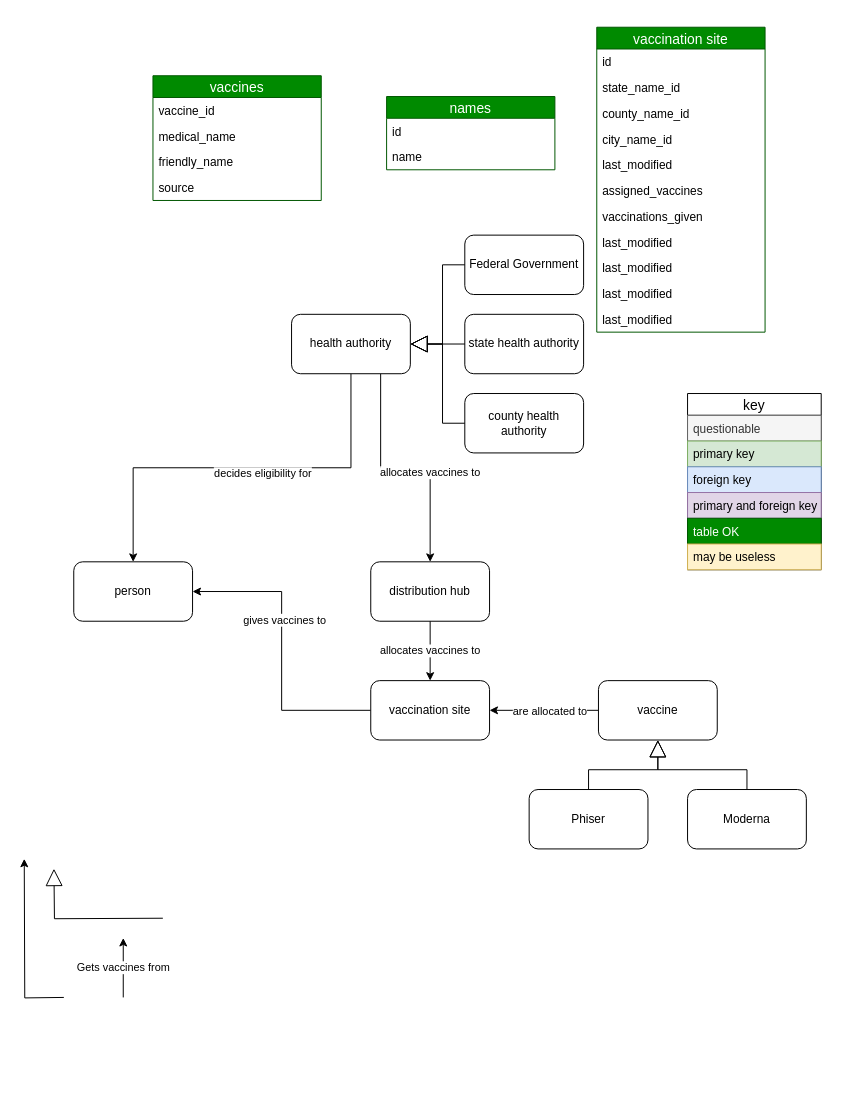
Above: Domain Model.drawio in VacFind/Documentation (draw.io), before the change. Source tidied: cells renumbered, new cells numbered last; positions are measured from the earlier drawing's top-left corner, leaving out a move shared by most shapes. Both pictures are drawn from the tidied source at 99%, with x=0, y=0 at pixel (24, 27).
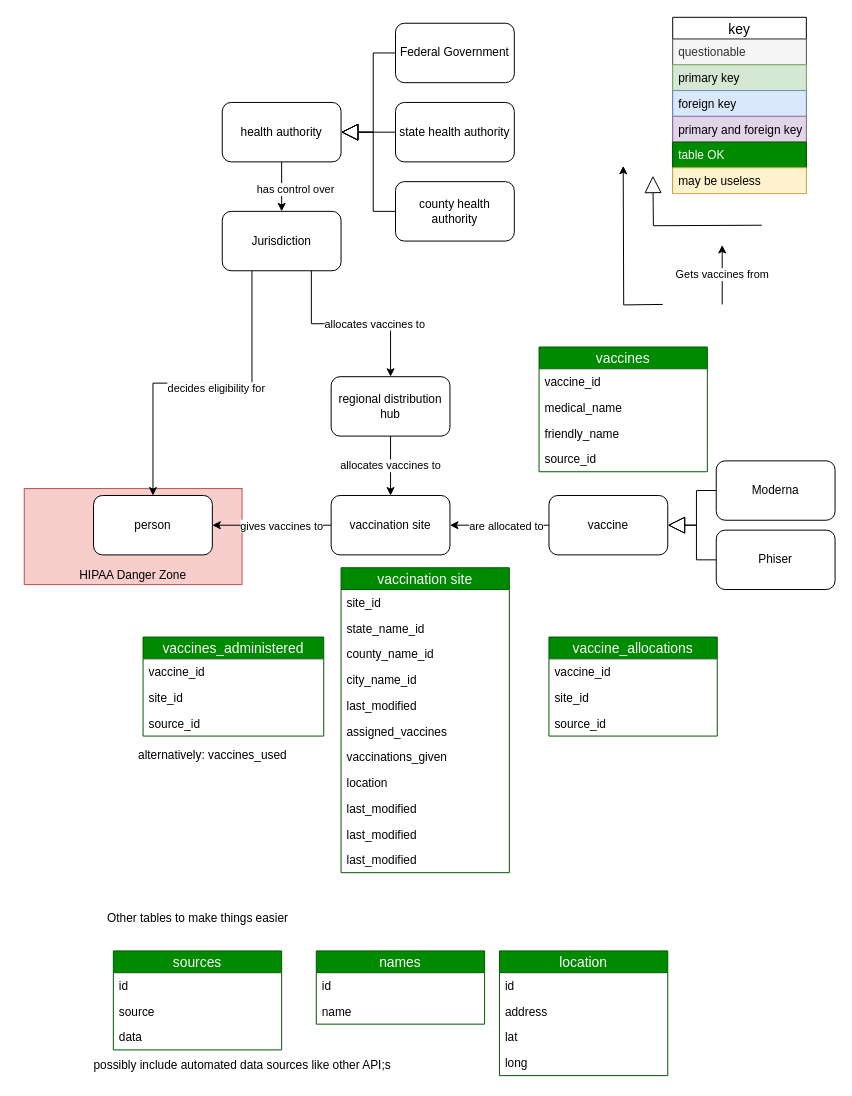
The same page after the edit.

Commit message:
improve relationships and add most of the necessary DB tables

Unchanged cells that the change refers to:
```xml
<mxCell id="3" style="edgeStyle=orthogonalEdgeStyle;rounded=0;jettySize=auto;html=1;exitX=0;exitY=0.5;exitDx=0;exitDy=0;entryX=1;entryY=0.5;entryDx=0;entryDy=0;endArrow=classic;endFill=1;endSize=6;" parent="1" edge="1" source="5" target="19">
  <mxGeometry relative="1" as="geometry" />
</mxCell>
```

Change to the diagram source:
```diff
@@
+    <mxCell id="55" value="HIPAA Danger Zone" style="rounded=0;whiteSpace=wrap;html=1;fillColor=#f8cecc;strokeColor=#b85450;verticalAlign=bottom;" parent="1" vertex="1">
+      <mxGeometry y="466" width="220" height="97" as="geometry" />
+    </mxCell>
     <mxCell id="2" style="edgeStyle=orthogonalEdgeStyle;rounded=0;orthogonalLoop=1;jettySize=auto;html=1;endArrow=classic;endFill=1;endSize=6;" parent="1" edge="1">
       <mxGeometry relative="1" as="geometry">
-        <mxPoint x="40" y="980" as="sourcePoint" />
-        <mxPoint y="840" as="targetPoint" />
+        <mxPoint x="645" y="280" as="sourcePoint" />
+        <mxPoint x="605" y="140" as="targetPoint" />
       </mxGeometry>
     </mxCell>
@@
     <mxCell id="4" value="gives vaccines to" style="edgeLabel;html=1;align=center;verticalAlign=middle;" parent="3" vertex="1">
-      <mxGeometry x="0.21" y="-2" relative="1" as="geometry" />
+      <mxGeometry x="0.21" y="-2" relative="1" as="geometry">
+        <mxPoint x="22" y="2" as="offset" />
+      </mxGeometry>
     </mxCell>
     <mxCell id="5" value="vaccination site" style="rounded=1;whiteSpace=wrap;html=1;" parent="1" vertex="1">
-      <mxGeometry x="350" y="660" width="120" height="60" as="geometry" />
+      <mxGeometry x="310" y="473" width="120" height="60" as="geometry" />
     </mxCell>
@@
     <mxCell id="8" value="vaccine" style="rounded=1;whiteSpace=wrap;html=1;" parent="1" vertex="1">
-      <mxGeometry x="580" y="660" width="120" height="60" as="geometry" />
+      <mxGeometry x="530" y="473" width="120" height="60" as="geometry" />
     </mxCell>
-    <mxCell id="9" style="edgeStyle=orthogonalEdgeStyle;rounded=0;jettySize=auto;html=1;exitX=0.5;exitY=0;exitDx=0;exitDy=0;entryX=0.5;entryY=1;entryDx=0;entryDy=0;endArrow=block;endFill=0;endSize=15;" parent="1" edge="1" source="10" target="8">
+    <mxCell id="9" style="edgeStyle=orthogonalEdgeStyle;rounded=0;jettySize=auto;html=1;exitX=0;exitY=0.5;exitDx=0;exitDy=0;entryX=1;entryY=0.5;entryDx=0;entryDy=0;endArrow=block;endFill=0;endSize=15;" parent="1" edge="1" source="10" target="8">
       <mxGeometry relative="1" as="geometry" />
     </mxCell>
     <mxCell id="10" value="Phiser" style="rounded=1;whiteSpace=wrap;html=1;" parent="1" vertex="1">
-      <mxGeometry x="510" y="770" width="120" height="60" as="geometry" />
+      <mxGeometry x="699" y="508" width="120" height="60" as="geometry" />
     </mxCell>
-    <mxCell id="11" style="edgeStyle=orthogonalEdgeStyle;rounded=0;jettySize=auto;html=1;exitX=0.5;exitY=0;exitDx=0;exitDy=0;entryX=0.5;entryY=1;entryDx=0;entryDy=0;endArrow=block;endFill=0;endSize=15;" parent="1" edge="1" source="12" target="8">
+    <mxCell id="11" style="edgeStyle=orthogonalEdgeStyle;rounded=0;jettySize=auto;html=1;exitX=0;exitY=0.5;exitDx=0;exitDy=0;entryX=1;entryY=0.5;entryDx=0;entryDy=0;endArrow=block;endFill=0;endSize=15;" parent="1" edge="1" source="12" target="8">
       <mxGeometry relative="1" as="geometry" />
     </mxCell>
     <mxCell id="12" value="Moderna" style="rounded=1;whiteSpace=wrap;html=1;" parent="1" vertex="1">
-      <mxGeometry x="670" y="770" width="120" height="60" as="geometry" />
+      <mxGeometry x="699" y="438" width="120" height="60" as="geometry" />
     </mxCell>
     <mxCell id="13" style="edgeStyle=orthogonalEdgeStyle;rounded=0;orthogonalLoop=1;jettySize=auto;html=1;exitX=0.5;exitY=0;exitDx=0;exitDy=0;entryX=0.5;entryY=1;entryDx=0;entryDy=0;endArrow=block;endFill=0;endSize=15;" parent="1" edge="1">
       <mxGeometry relative="1" as="geometry">
-        <mxPoint x="140" y="900" as="sourcePoint" />
-        <mxPoint x="30" y="850" as="targetPoint" />
+        <mxPoint x="745" y="200" as="sourcePoint" />
+        <mxPoint x="635" y="150" as="targetPoint" />
       </mxGeometry>
     </mxCell>
     <mxCell id="14" value="state health authority" style="rounded=1;whiteSpace=wrap;html=1;" parent="1" vertex="1">
-      <mxGeometry x="445" y="290" width="120" height="60" as="geometry" />
+      <mxGeometry x="375" y="76" width="120" height="60" as="geometry" />
     </mxCell>
     <mxCell id="15" value="county health authority" style="rounded=1;whiteSpace=wrap;html=1;" parent="1" vertex="1">
-      <mxGeometry x="445" y="370" width="120" height="60" as="geometry" />
+      <mxGeometry x="375" y="156" width="120" height="60" as="geometry" />
     </mxCell>
     <mxCell id="16" value="Federal Government" style="rounded=1;whiteSpace=wrap;html=1;" parent="1" vertex="1">
-      <mxGeometry x="445" y="210" width="120" height="60" as="geometry" />
+      <mxGeometry x="375" y="-4" width="120" height="60" as="geometry" />
     </mxCell>
-    <mxCell id="17" value="distribution hub" style="rounded=1;whiteSpace=wrap;html=1;" parent="1" vertex="1">
-      <mxGeometry x="350" y="540" width="120" height="60" as="geometry" />
+    <mxCell id="17" value="regional distribution hub" style="rounded=1;whiteSpace=wrap;html=1;" parent="1" vertex="1">
+      <mxGeometry x="310" y="353" width="120" height="60" as="geometry" />
     </mxCell>
-    <mxCell id="18" value="allocates vaccines to" style="edgeStyle=orthogonalEdgeStyle;rounded=0;jettySize=auto;html=1;exitX=0.75;exitY=1;exitDx=0;exitDy=0;entryX=0.5;entryY=0;entryDx=0;entryDy=0;endArrow=classic;endFill=1;endSize=6;" parent="1" edge="1" source="22" target="17">
+    <mxCell id="18" value="allocates vaccines to" style="edgeStyle=orthogonalEdgeStyle;rounded=0;jettySize=auto;html=1;entryX=0.5;entryY=0;entryDx=0;entryDy=0;endArrow=classic;endFill=1;endSize=6;exitX=0.75;exitY=1;exitDx=0;exitDy=0;" parent="1" edge="1" source="58" target="17">
       <mxGeometry x="0.25" relative="1" as="geometry" />
     </mxCell>
     <mxCell id="19" value="person" style="rounded=1;whiteSpace=wrap;html=1;" parent="1" vertex="1">
-      <mxGeometry x="50" y="540" width="120" height="60" as="geometry" />
+      <mxGeometry x="70" y="473" width="120" height="60" as="geometry" />
     </mxCell>
-    <mxCell id="20" style="edgeStyle=orthogonalEdgeStyle;rounded=0;jettySize=auto;html=1;exitX=0.5;exitY=1;exitDx=0;exitDy=0;entryX=0.5;entryY=0;entryDx=0;entryDy=0;endArrow=classic;endFill=1;endSize=6;" parent="1" edge="1" source="22" target="19">
+    <mxCell id="20" style="edgeStyle=orthogonalEdgeStyle;rounded=0;jettySize=auto;html=1;entryX=0.5;entryY=0;entryDx=0;entryDy=0;endArrow=classic;endFill=1;endSize=6;exitX=0.25;exitY=1;exitDx=0;exitDy=0;" parent="1" edge="1" source="58" target="19">
       <mxGeometry relative="1" as="geometry" />
     </mxCell>
@@
+    <mxCell id="56" style="edgeStyle=orthogonalEdgeStyle;rounded=0;jettySize=auto;html=1;exitX=0.5;exitY=1;exitDx=0;exitDy=0;entryX=0.5;entryY=0;entryDx=0;entryDy=0;" parent="1" edge="1" source="22" target="58">
+      <mxGeometry relative="1" as="geometry" />
+    </mxCell>
+    <mxCell id="57" value="has control over" style="edgeLabel;html=1;align=center;verticalAlign=middle;" parent="56" vertex="1">
+      <mxGeometry x="0.19" y="-2" relative="1" as="geometry">
+        <mxPoint x="15.3" y="-3" as="offset" />
+      </mxGeometry>
+    </mxCell>
     <mxCell id="22" value="health authority" style="rounded=1;whiteSpace=wrap;html=1;" parent="1" vertex="1">
-      <mxGeometry x="270" y="290" width="120" height="60" as="geometry" />
+      <mxGeometry x="200" y="76" width="120" height="60" as="geometry" />
     </mxCell>
@@
     <mxCell id="26" value="Gets vaccines from" style="edgeStyle=orthogonalEdgeStyle;rounded=0;orthogonalLoop=1;jettySize=auto;html=1;exitX=0.5;exitY=0;exitDx=0;exitDy=0;entryX=0.5;entryY=1;entryDx=0;entryDy=0;endArrow=classic;endFill=1;endSize=6;" parent="1" edge="1">
       <mxGeometry relative="1" as="geometry">
-        <mxPoint x="100" y="980" as="sourcePoint" />
-        <mxPoint x="100" y="920" as="targetPoint" />
+        <mxPoint x="705" y="280" as="sourcePoint" />
+        <mxPoint x="705" y="220" as="targetPoint" />
       </mxGeometry>
     </mxCell>
@@
-    <mxCell id="28" value="vaccines" style="swimlane;fontStyle=0;horizontal=1;startSize=22;fillColor=#008a00;swimlaneFillColor=#ffffff;align=center;fontSize=14;strokeColor=#005700;fontColor=#ffffff;" parent="1" vertex="1">
-      <mxGeometry x="130" y="49" width="170" height="126" as="geometry" />
-    </mxCell>
-    <mxCell id="29" value="vaccine_id" style="text;spacingLeft=4;spacingRight=4;overflow=hidden;fontSize=12;" parent="28" vertex="1">
-      <mxGeometry y="22" width="170" height="26" as="geometry" />
-    </mxCell>
-    <mxCell id="30" value="medical_name" style="text;spacingLeft=4;spacingRight=4;overflow=hidden;fontSize=12;" parent="28" vertex="1">
-      <mxGeometry y="48" width="170" height="26" as="geometry" />
-    </mxCell>
-    <mxCell id="31" value="friendly_name" style="text;strokeColor=none;fillColor=none;spacingLeft=4;spacingRight=4;overflow=hidden;fontSize=12;" parent="28" vertex="1">
-      <mxGeometry y="74" width="170" height="26" as="geometry" />
-    </mxCell>
-    <mxCell id="32" value="source" style="text;strokeColor=none;fillColor=none;spacingLeft=4;spacingRight=4;overflow=hidden;fontSize=12;" parent="28" vertex="1">
-      <mxGeometry y="100" width="170" height="26" as="geometry" />
-    </mxCell>
-    <mxCell id="33" value="names" style="swimlane;fontStyle=0;horizontal=1;startSize=22;fillColor=#008a00;swimlaneFillColor=#ffffff;align=center;fontSize=14;strokeColor=#005700;fontColor=#ffffff;" parent="1" vertex="1">
-      <mxGeometry x="366" y="70" width="170" height="74" as="geometry" />
-    </mxCell>
-    <mxCell id="34" value="id" style="text;spacingLeft=4;spacingRight=4;overflow=hidden;fontSize=12;" parent="33" vertex="1">
-      <mxGeometry y="22" width="170" height="26" as="geometry" />
-    </mxCell>
-    <mxCell id="35" value="name" style="text;strokeColor=none;fillColor=none;spacingLeft=4;spacingRight=4;overflow=hidden;fontSize=12;" parent="33" vertex="1">
-      <mxGeometry y="48" width="170" height="26" as="geometry" />
-    </mxCell>
+    <mxCell id="58" value="Jurisdiction" style="rounded=1;whiteSpace=wrap;html=1;" parent="1" vertex="1">
+      <mxGeometry x="200" y="186" width="120" height="60" as="geometry" />
+    </mxCell>
+    <mxCell id="59" value="alternatively: vaccines_used" style="text;html=1;align=center;verticalAlign=middle;" parent="1" vertex="1">
+      <mxGeometry x="110" y="726" width="160" height="20" as="geometry" />
+    </mxCell>
+    <mxCell id="60" value="Other tables to make things easier" style="text;html=1;align=center;verticalAlign=middle;" parent="1" vertex="1">
+      <mxGeometry x="75" y="890" width="200" height="20" as="geometry" />
+    </mxCell>
+    <mxCell id="61" value="possibly include automated data sources like other API;s" style="text;html=1;align=center;verticalAlign=middle;" parent="1" vertex="1">
+      <mxGeometry x="60" y="1039" width="320" height="20" as="geometry" />
+    </mxCell>
     <mxCell id="36" value="vaccination site" style="swimlane;fontStyle=0;horizontal=1;startSize=22;fillColor=#008a00;swimlaneFillColor=#ffffff;align=center;fontSize=14;strokeColor=#005700;fontColor=#ffffff;" parent="1" vertex="1">
-      <mxGeometry x="578.3" width="170" height="308" as="geometry" />
+      <mxGeometry x="320" y="546" width="170" height="308" as="geometry" />
     </mxCell>
-    <mxCell id="37" value="id" style="text;spacingLeft=4;spacingRight=4;overflow=hidden;fontSize=12;" parent="36" vertex="1">
+    <mxCell id="37" value="site_id" style="text;spacingLeft=4;spacingRight=4;overflow=hidden;fontSize=12;" parent="36" vertex="1">
       <mxGeometry y="22" width="170" height="26" as="geometry" />
     </mxCell>
@@
-    <mxCell id="44" value="last_modified" style="text;strokeColor=none;fillColor=none;spacingLeft=4;spacingRight=4;overflow=hidden;fontSize=12;" parent="36" vertex="1">
+    <mxCell id="44" value="location" style="text;strokeColor=none;fillColor=none;spacingLeft=4;spacingRight=4;overflow=hidden;fontSize=12;" parent="36" vertex="1">
       <mxGeometry y="204" width="170" height="26" as="geometry" />
     </mxCell>
@@
+    <mxCell id="62" value="vaccines_administered" style="swimlane;fontStyle=0;horizontal=1;startSize=22;fillColor=#008a00;swimlaneFillColor=#ffffff;align=center;fontSize=14;strokeColor=#005700;fontColor=#ffffff;" parent="1" vertex="1">
+      <mxGeometry x="120" y="616" width="182.5" height="100" as="geometry" />
+    </mxCell>
+    <mxCell id="63" value="vaccine_id" style="text;spacingLeft=4;spacingRight=4;overflow=hidden;fontSize=12;" parent="62" vertex="1">
+      <mxGeometry y="22" width="182.5" height="26" as="geometry" />
+    </mxCell>
+    <mxCell id="64" value="site_id" style="text;spacingLeft=4;spacingRight=4;overflow=hidden;fontSize=12;" parent="62" vertex="1">
+      <mxGeometry y="48" width="182.5" height="26" as="geometry" />
+    </mxCell>
+    <mxCell id="65" value="source_id" style="text;strokeColor=none;fillColor=none;spacingLeft=4;spacingRight=4;overflow=hidden;fontSize=12;" parent="62" vertex="1">
+      <mxGeometry y="74" width="182.5" height="26" as="geometry" />
+    </mxCell>
+    <mxCell id="66" value="vaccine_allocations" style="swimlane;fontStyle=0;horizontal=1;startSize=22;fillColor=#008a00;swimlaneFillColor=#ffffff;align=center;fontSize=14;strokeColor=#005700;fontColor=#ffffff;" parent="1" vertex="1">
+      <mxGeometry x="530" y="616" width="170" height="100" as="geometry" />
+    </mxCell>
+    <mxCell id="67" value="vaccine_id" style="text;spacingLeft=4;spacingRight=4;overflow=hidden;fontSize=12;" parent="66" vertex="1">
+      <mxGeometry y="22" width="170" height="26" as="geometry" />
+    </mxCell>
+    <mxCell id="68" value="site_id" style="text;spacingLeft=4;spacingRight=4;overflow=hidden;fontSize=12;" parent="66" vertex="1">
+      <mxGeometry y="48" width="170" height="26" as="geometry" />
+    </mxCell>
+    <mxCell id="69" value="source_id" style="text;strokeColor=none;fillColor=none;spacingLeft=4;spacingRight=4;overflow=hidden;fontSize=12;" parent="66" vertex="1">
+      <mxGeometry y="74" width="170" height="26" as="geometry" />
+    </mxCell>
+    <mxCell id="28" value="vaccines" style="swimlane;fontStyle=0;horizontal=1;startSize=22;fillColor=#008a00;swimlaneFillColor=#ffffff;align=center;fontSize=14;strokeColor=#005700;fontColor=#ffffff;" parent="1" vertex="1">
+      <mxGeometry x="520" y="323" width="170" height="126" as="geometry" />
+    </mxCell>
+    <mxCell id="29" value="vaccine_id" style="text;spacingLeft=4;spacingRight=4;overflow=hidden;fontSize=12;" parent="28" vertex="1">
+      <mxGeometry y="22" width="170" height="26" as="geometry" />
+    </mxCell>
+    <mxCell id="30" value="medical_name" style="text;spacingLeft=4;spacingRight=4;overflow=hidden;fontSize=12;" parent="28" vertex="1">
+      <mxGeometry y="48" width="170" height="26" as="geometry" />
+    </mxCell>
+    <mxCell id="31" value="friendly_name" style="text;strokeColor=none;fillColor=none;spacingLeft=4;spacingRight=4;overflow=hidden;fontSize=12;" parent="28" vertex="1">
+      <mxGeometry y="74" width="170" height="26" as="geometry" />
+    </mxCell>
+    <mxCell id="32" value="source_id" style="text;strokeColor=none;fillColor=none;spacingLeft=4;spacingRight=4;overflow=hidden;fontSize=12;" parent="28" vertex="1">
+      <mxGeometry y="100" width="170" height="26" as="geometry" />
+    </mxCell>
     <mxCell id="48" value="key" style="swimlane;fontStyle=0;horizontal=1;startSize=22;fillColor=none;swimlaneFillColor=#ffffff;align=center;fontSize=14;" parent="1" vertex="1">
-      <mxGeometry x="670" y="370" width="135" height="178" as="geometry" />
+      <mxGeometry x="655" y="-10" width="135" height="178" as="geometry" />
     </mxCell>
@@
+    <mxCell id="33" value="names" style="swimlane;fontStyle=0;horizontal=1;startSize=22;fillColor=#008a00;swimlaneFillColor=#ffffff;align=center;fontSize=14;strokeColor=#005700;fontColor=#ffffff;" parent="1" vertex="1">
+      <mxGeometry x="295" y="933" width="170" height="74" as="geometry" />
+    </mxCell>
+    <mxCell id="34" value="id" style="text;spacingLeft=4;spacingRight=4;overflow=hidden;fontSize=12;" parent="33" vertex="1">
+      <mxGeometry y="22" width="170" height="26" as="geometry" />
+    </mxCell>
+    <mxCell id="35" value="name" style="text;strokeColor=none;fillColor=none;spacingLeft=4;spacingRight=4;overflow=hidden;fontSize=12;" parent="33" vertex="1">
+      <mxGeometry y="48" width="170" height="26" as="geometry" />
+    </mxCell>
+    <mxCell id="70" value="sources" style="swimlane;fontStyle=0;horizontal=1;startSize=22;fillColor=#008a00;swimlaneFillColor=#ffffff;align=center;fontSize=14;strokeColor=#005700;fontColor=#ffffff;" parent="1" vertex="1">
+      <mxGeometry x="90" y="933" width="170" height="100" as="geometry" />
+    </mxCell>
+    <mxCell id="71" value="id" style="text;spacingLeft=4;spacingRight=4;overflow=hidden;fontSize=12;" parent="70" vertex="1">
+      <mxGeometry y="22" width="170" height="26" as="geometry" />
+    </mxCell>
+    <mxCell id="72" value="source" style="text;strokeColor=none;fillColor=none;spacingLeft=4;spacingRight=4;overflow=hidden;fontSize=12;" parent="70" vertex="1">
+      <mxGeometry y="48" width="170" height="26" as="geometry" />
+    </mxCell>
+    <mxCell id="73" value="data" style="text;strokeColor=none;fillColor=none;spacingLeft=4;spacingRight=4;overflow=hidden;fontSize=12;" parent="70" vertex="1">
+      <mxGeometry y="74" width="170" height="26" as="geometry" />
+    </mxCell>
+    <mxCell id="74" value="location" style="swimlane;fontStyle=0;horizontal=1;startSize=22;fillColor=#008a00;swimlaneFillColor=#ffffff;align=center;fontSize=14;strokeColor=#005700;fontColor=#ffffff;" parent="1" vertex="1">
+      <mxGeometry x="480" y="933" width="170" height="126" as="geometry" />
+    </mxCell>
+    <mxCell id="75" value="id" style="text;spacingLeft=4;spacingRight=4;overflow=hidden;fontSize=12;" parent="74" vertex="1">
+      <mxGeometry y="22" width="170" height="26" as="geometry" />
+    </mxCell>
+    <mxCell id="76" value="address" style="text;strokeColor=none;fillColor=none;spacingLeft=4;spacingRight=4;overflow=hidden;fontSize=12;" parent="74" vertex="1">
+      <mxGeometry y="48" width="170" height="26" as="geometry" />
+    </mxCell>
+    <mxCell id="77" value="lat" style="text;strokeColor=none;fillColor=none;spacingLeft=4;spacingRight=4;overflow=hidden;fontSize=12;" parent="74" vertex="1">
+      <mxGeometry y="74" width="170" height="26" as="geometry" />
+    </mxCell>
+    <mxCell id="78" value="long" style="text;strokeColor=none;fillColor=none;spacingLeft=4;spacingRight=4;overflow=hidden;fontSize=12;" parent="74" vertex="1">
+      <mxGeometry y="100" width="170" height="26" as="geometry" />
+    </mxCell>
```
